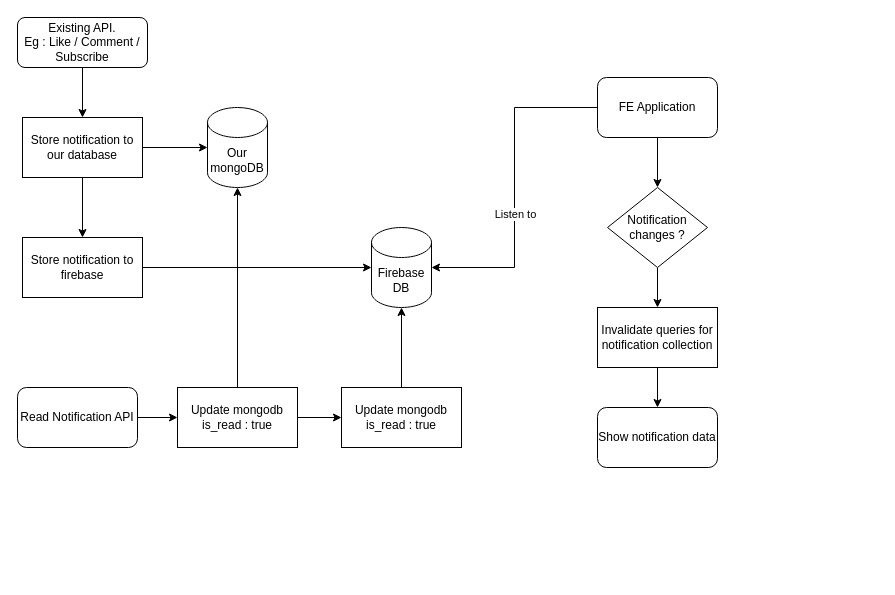
Before: push-notification/Untitled Diagram.drawio in sunakujira98/diagram, a draw.io diagram. Source tidied: cells renumbered, new cells numbered last; positions are measured from the earlier drawing's top-left corner, leaving out a move shared by most shapes. Both pictures are drawn from the tidied source at 100%, with x=0, y=0 at pixel (17, 17).
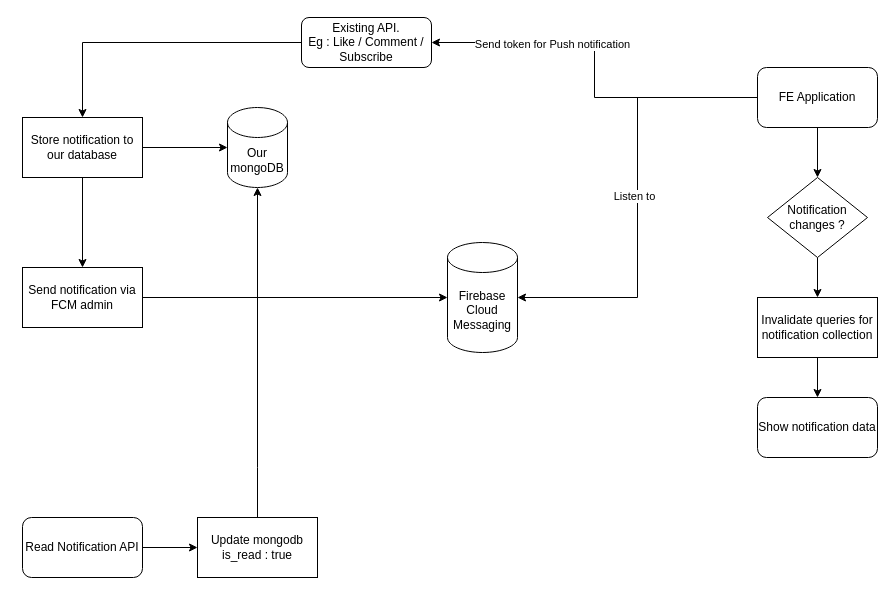
After the change.

The change refers to these unchanged cells:
```xml
<mxCell id="10" value="Store notification to our database" style="rounded=0;whiteSpace=wrap;html=1;" parent="1" vertex="1">
  <mxGeometry x="5" y="100" width="120" height="60" as="geometry" />
</mxCell>
```

The edit, as a diff of the source:
```diff
@@
     <mxCell id="3" value="Existing API.&lt;br&gt;Eg : Like / Comment / Subscribe" style="rounded=1;whiteSpace=wrap;html=1;fontSize=12;glass=0;strokeWidth=1;shadow=0;" parent="1" vertex="1">
-      <mxGeometry width="130" height="50" as="geometry" />
+      <mxGeometry x="284" width="130" height="50" as="geometry" />
     </mxCell>
@@
-    <mxCell id="8" style="edgeStyle=orthogonalEdgeStyle;rounded=0;jettySize=auto;html=1;" parent="1" edge="1" source="10" target="12">
-      <mxGeometry relative="1" as="geometry" />
-    </mxCell>
@@
+    <mxCell id="31" style="edgeStyle=orthogonalEdgeStyle;rounded=0;jettySize=auto;html=1;" parent="1" edge="1" source="10" target="36">
+      <mxGeometry relative="1" as="geometry" />
+    </mxCell>
@@
-    <mxCell id="11" style="edgeStyle=orthogonalEdgeStyle;rounded=0;jettySize=auto;html=1;" parent="1" edge="1" source="12" target="15">
-      <mxGeometry relative="1" as="geometry" />
-    </mxCell>
-    <mxCell id="12" value="Store notification to firebase" style="rounded=0;whiteSpace=wrap;html=1;" parent="1" vertex="1">
-      <mxGeometry x="5" y="220" width="120" height="60" as="geometry" />
-    </mxCell>
@@
+    <mxCell id="32" style="edgeStyle=orthogonalEdgeStyle;rounded=0;jettySize=auto;html=1;" parent="1" edge="1" source="14" target="3">
+      <mxGeometry relative="1" as="geometry" />
+    </mxCell>
+    <mxCell id="33" value="Send token for Push notification" style="edgeLabel;html=1;align=center;verticalAlign=middle;" parent="32" vertex="1">
+      <mxGeometry x="0.37" y="1" relative="1" as="geometry" />
+    </mxCell>
     <mxCell id="14" value="FE Application" style="rounded=1;whiteSpace=wrap;html=1;" parent="1" vertex="1">
-      <mxGeometry x="580" y="60" width="120" height="60" as="geometry" />
+      <mxGeometry x="740" y="50" width="120" height="60" as="geometry" />
     </mxCell>
-    <mxCell id="15" value="Firebase DB" style="shape=cylinder3;whiteSpace=wrap;html=1;boundedLbl=1;backgroundOutline=1;size=15;" parent="1" vertex="1">
-      <mxGeometry x="354" y="210" width="60" height="80" as="geometry" />
-    </mxCell>
     <mxCell id="16" value="Our mongoDB" style="shape=cylinder3;whiteSpace=wrap;html=1;boundedLbl=1;backgroundOutline=1;size=15;" parent="1" vertex="1">
-      <mxGeometry x="190" y="90" width="60" height="80" as="geometry" />
+      <mxGeometry x="210" y="90" width="60" height="80" as="geometry" />
     </mxCell>
-    <mxCell id="17" style="edgeStyle=orthogonalEdgeStyle;rounded=0;jettySize=auto;html=1;entryX=1;entryY=0.5;entryDx=0;entryDy=0;entryPerimeter=0;" parent="1" edge="1" source="14" target="15">
-      <mxGeometry relative="1" as="geometry" />
-    </mxCell>
-    <mxCell id="18" value="Listen to" style="edgeLabel;html=1;align=center;verticalAlign=middle;" parent="17" vertex="1">
-      <mxGeometry x="0.16" relative="1" as="geometry" />
-    </mxCell>
@@
     <mxCell id="20" value="Notification changes ?" style="rhombus;whiteSpace=wrap;html=1;" parent="1" vertex="1">
-      <mxGeometry x="590" y="170" width="100" height="80" as="geometry" />
+      <mxGeometry x="750" y="160" width="100" height="80" as="geometry" />
     </mxCell>
@@
     <mxCell id="22" value="Invalidate queries for notification collection" style="rounded=0;whiteSpace=wrap;html=1;" parent="1" vertex="1">
-      <mxGeometry x="580" y="290" width="120" height="60" as="geometry" />
+      <mxGeometry x="740" y="280" width="120" height="60" as="geometry" />
     </mxCell>
     <mxCell id="23" value="Show notification data" style="rounded=1;whiteSpace=wrap;html=1;" parent="1" vertex="1">
-      <mxGeometry x="580" y="390" width="120" height="60" as="geometry" />
+      <mxGeometry x="740" y="380" width="120" height="60" as="geometry" />
     </mxCell>
@@
     <mxCell id="25" value="Read Notification API" style="rounded=1;whiteSpace=wrap;html=1;" parent="1" vertex="1">
-      <mxGeometry y="370" width="120" height="60" as="geometry" />
+      <mxGeometry x="5" y="500" width="120" height="60" as="geometry" />
     </mxCell>
-    <mxCell id="26" style="edgeStyle=orthogonalEdgeStyle;rounded=0;jettySize=auto;html=1;" parent="1" edge="1" source="28" target="29">
-      <mxGeometry relative="1" as="geometry" />
-    </mxCell>
     <mxCell id="27" style="edgeStyle=orthogonalEdgeStyle;rounded=0;jettySize=auto;html=1;" parent="1" edge="1" source="28" target="16">
-      <mxGeometry relative="1" as="geometry" />
+      <mxGeometry relative="1" as="geometry">
+        <Array as="points">
+          <mxPoint x="240" y="450" />
+          <mxPoint x="240" y="450" />
+        </Array>
+      </mxGeometry>
     </mxCell>
     <mxCell id="28" value="Update mongodb is_read : true" style="rounded=0;whiteSpace=wrap;html=1;" parent="1" vertex="1">
-      <mxGeometry x="160" y="370" width="120" height="60" as="geometry" />
+      <mxGeometry x="180" y="500" width="120" height="60" as="geometry" />
     </mxCell>
-    <mxCell id="29" value="Update mongodb is_read : true" style="rounded=0;whiteSpace=wrap;html=1;" parent="1" vertex="1">
-      <mxGeometry x="324" y="370" width="120" height="60" as="geometry" />
-    </mxCell>
-    <mxCell id="30" style="edgeStyle=orthogonalEdgeStyle;rounded=0;jettySize=auto;html=1;entryX=0.5;entryY=1;entryDx=0;entryDy=0;entryPerimeter=0;" parent="1" edge="1" source="29" target="15">
-      <mxGeometry relative="1" as="geometry" />
-    </mxCell>
+    <mxCell id="34" value="Firebase Cloud Messaging" style="shape=cylinder3;whiteSpace=wrap;html=1;boundedLbl=1;backgroundOutline=1;size=15;" parent="1" vertex="1">
+      <mxGeometry x="430" y="225" width="70" height="110" as="geometry" />
+    </mxCell>
+    <mxCell id="35" style="edgeStyle=orthogonalEdgeStyle;rounded=0;jettySize=auto;html=1;" parent="1" edge="1" source="36" target="34">
+      <mxGeometry relative="1" as="geometry" />
+    </mxCell>
+    <mxCell id="36" value="Send notification via FCM admin" style="rounded=0;whiteSpace=wrap;html=1;" parent="1" vertex="1">
+      <mxGeometry x="5" y="250" width="120" height="60" as="geometry" />
+    </mxCell>
+    <mxCell id="37" style="edgeStyle=orthogonalEdgeStyle;rounded=0;jettySize=auto;html=1;entryX=1;entryY=0.5;entryDx=0;entryDy=0;entryPerimeter=0;" parent="1" edge="1" source="14" target="34">
+      <mxGeometry relative="1" as="geometry" />
+    </mxCell>
+    <mxCell id="18" value="Listen to" style="edgeLabel;html=1;align=center;verticalAlign=middle;" parent="37" vertex="1">
+      <mxGeometry x="-0.01" y="-4" relative="1" as="geometry" />
+    </mxCell>
```
